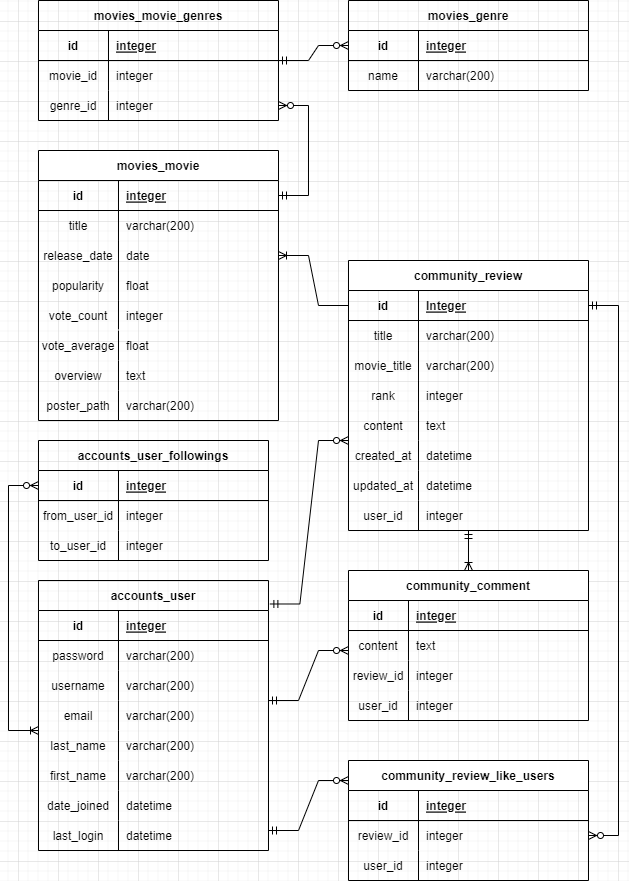
Earlier version of the draw.io export ERD.drawio.png (hanseungjune/ERD_MEMO). Source tidied: cells renumbered, new cells last; positions are measured from the earlier drawing's top-left corner, leaving out a move shared by most shapes.
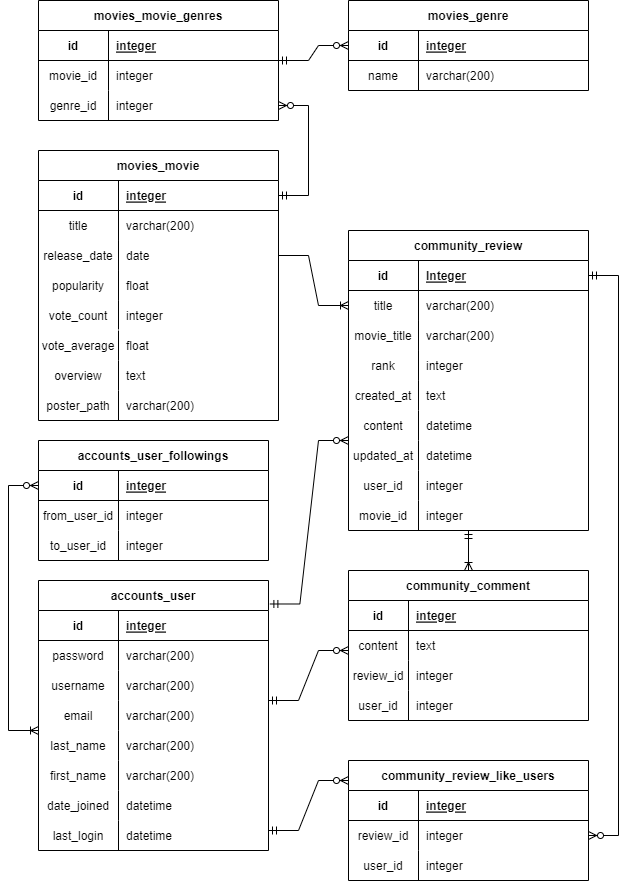
After the change.

Commit message:
ERD.drawio.png이 추가되었습니다.

The edit, as a diff of the source:
```diff
@@ -42,7 +42,7 @@
       <mxGeometry x="80" width="160" height="30" as="geometry" />
     </mxCell>
     <mxCell id="15" value="community_review" style="shape=table;startSize=30;rowLines=0;fontStyle=1;align=center;" parent="1" vertex="1">
-      <mxGeometry x="340" y="260" width="240" height="270" as="geometry" />
+      <mxGeometry x="340" y="230" width="240" height="300" as="geometry" />
     </mxCell>
     <mxCell id="16" style="shape=tableRow;horizontal=0;startSize=0;swimlaneHead=0;swimlaneBody=0;fillColor=none;points=[[0,0.5],[1,0.5]];portConstraint=eastwest;top=0;left=0;right=0;bottom=1;" parent="15" vertex="1">
       <mxGeometry y="30" width="240" height="30" as="geometry" />
@@ -80,7 +80,7 @@
     <mxCell id="27" value="integer" style="shape=partialRectangle;fillColor=none;top=0;left=0;bottom=0;right=0;align=left;spacingLeft=6;overflow=hidden;" parent="25" vertex="1">
       <mxGeometry x="70" width="170" height="30" as="geometry" />
     </mxCell>
-    <mxCell id="28" style="edgeStyle=entityRelationEdgeStyle;fontSize=12;html=1;endArrow=ERoneToMany;rounded=0;exitX=0;exitY=0.5;exitDx=0;exitDy=0;entryX=1;entryY=0.5;entryDx=0;entryDy=0;" parent="1" edge="1" source="16" target="9">
+    <mxCell id="28" style="edgeStyle=entityRelationEdgeStyle;fontSize=12;html=1;endArrow=ERoneToMany;rounded=0;" parent="1" edge="1" source="9" target="19">
       <mxGeometry relative="1" as="geometry" />
     </mxCell>
     <mxCell id="29" value="community_comment" style="shape=table;startSize=30;rowLines=0;fontStyle=1;align=center;" parent="1" vertex="1">
@@ -308,28 +308,28 @@
       <mxGeometry x="380" y="420" width="240" height="30" as="geometry" />
     </mxCell>
     <mxCell id="102" value="integer" style="shape=partialRectangle;fillColor=none;top=0;left=0;bottom=0;right=0;align=left;spacingLeft=6;overflow=hidden;" parent="1" vertex="1">
-      <mxGeometry x="410" y="500" width="170" height="30" as="geometry" />
+      <mxGeometry x="410" y="470" width="170" height="30" as="geometry" />
     </mxCell>
     <mxCell id="103" value="user_id" style="shape=partialRectangle;fillColor=none;top=0;left=0;bottom=0;right=1;overflow=hidden;" parent="1" vertex="1">
-      <mxGeometry x="340" y="500" width="70" height="30" as="geometry" />
+      <mxGeometry x="340" y="470" width="70" height="30" as="geometry" />
     </mxCell>
     <mxCell id="104" value="datetime" style="shape=partialRectangle;fillColor=none;top=0;left=0;bottom=0;right=0;align=left;spacingLeft=6;overflow=hidden;" parent="1" vertex="1">
-      <mxGeometry x="410" y="470" width="170" height="30" as="geometry" />
+      <mxGeometry x="410" y="440" width="170" height="30" as="geometry" />
     </mxCell>
     <mxCell id="105" value="updated_at" style="shape=partialRectangle;fillColor=none;top=0;left=0;bottom=0;right=1;overflow=hidden;" parent="1" vertex="1">
-      <mxGeometry x="340" y="470" width="70" height="30" as="geometry" />
+      <mxGeometry x="340" y="440" width="70" height="30" as="geometry" />
     </mxCell>
     <mxCell id="106" value="datetime" style="shape=partialRectangle;fillColor=none;top=0;left=0;bottom=0;right=0;align=left;spacingLeft=6;overflow=hidden;" parent="1" vertex="1">
-      <mxGeometry x="410" y="440" width="170" height="30" as="geometry" />
+      <mxGeometry x="410" y="410" width="170" height="30" as="geometry" />
     </mxCell>
     <mxCell id="107" value="created_at" style="shape=partialRectangle;fillColor=none;top=0;left=0;bottom=0;right=1;overflow=hidden;" parent="1" vertex="1">
-      <mxGeometry x="340" y="440" width="70" height="30" as="geometry" />
+      <mxGeometry x="340" y="380" width="70" height="30" as="geometry" />
     </mxCell>
     <mxCell id="108" value="content" style="shape=partialRectangle;fillColor=none;top=0;left=0;bottom=0;right=1;overflow=hidden;" parent="1" vertex="1">
       <mxGeometry x="340" y="410" width="70" height="30" as="geometry" />
     </mxCell>
     <mxCell id="109" value="text" style="shape=partialRectangle;fillColor=none;top=0;left=0;bottom=0;right=0;align=left;spacingLeft=6;overflow=hidden;" parent="1" vertex="1">
-      <mxGeometry x="410" y="410" width="170" height="30" as="geometry" />
+      <mxGeometry x="410" y="380" width="170" height="30" as="geometry" />
     </mxCell>
     <mxCell id="110" style="edgeStyle=orthogonalEdgeStyle;fontSize=12;html=1;endArrow=ERoneToMany;startArrow=ERmandOne;rounded=0;entryX=0.5;entryY=0;entryDx=0;entryDy=0;" parent="1" edge="1" target="29">
       <mxGeometry relative="1" as="geometry">
@@ -413,5 +413,11 @@
     <mxCell id="133" style="edgeStyle=entityRelationEdgeStyle;fontSize=12;html=1;endArrow=ERzeroToMany;startArrow=ERmandOne;rounded=0;" parent="1" edge="1" source="115" target="126">
       <mxGeometry relative="1" as="geometry" />
     </mxCell>
+    <mxCell id="134" value="integer" style="shape=partialRectangle;fillColor=none;top=0;left=0;bottom=0;right=0;align=left;spacingLeft=6;overflow=hidden;" parent="1" vertex="1">
+      <mxGeometry x="410" y="500" width="170" height="30" as="geometry" />
+    </mxCell>
+    <mxCell id="135" value="movie_id" style="shape=partialRectangle;fillColor=none;top=0;left=0;bottom=0;right=1;overflow=hidden;" parent="1" vertex="1">
+      <mxGeometry x="340" y="500" width="70" height="30" as="geometry" />
+    </mxCell>
   </root>
 </mxGraphModel>
```
